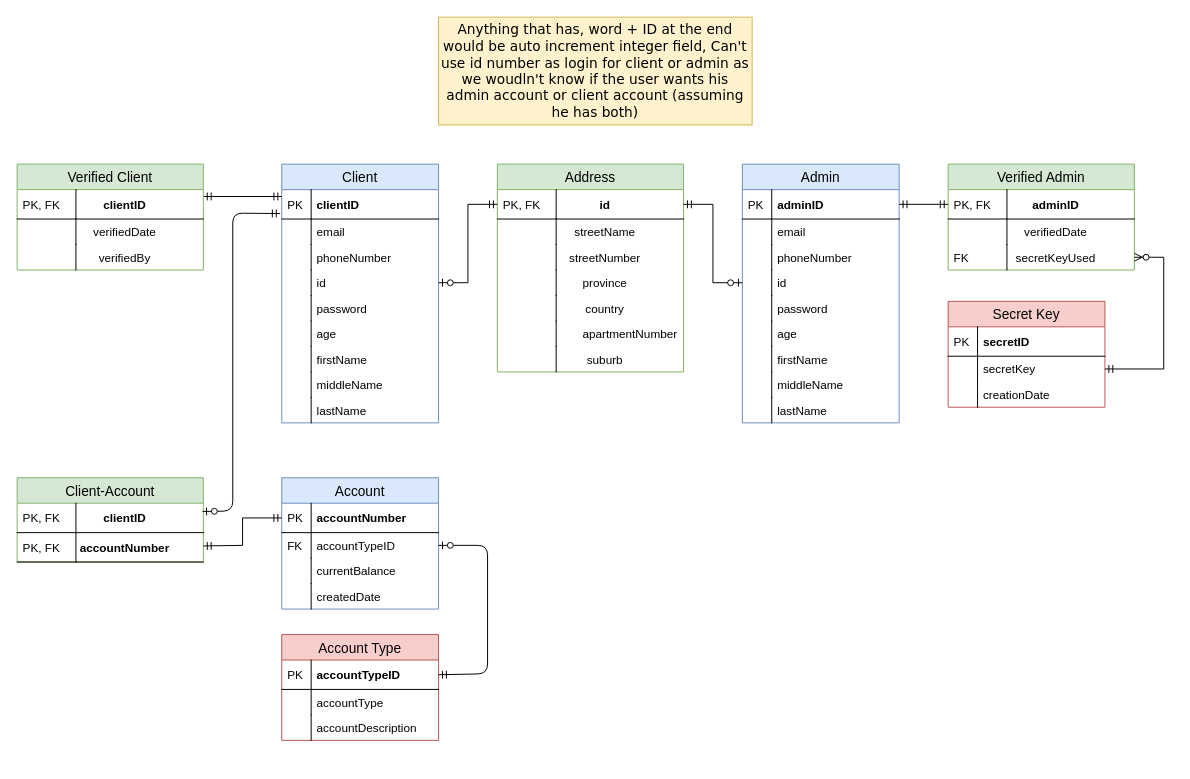
Above: Planning/ERDs/onlineDB.drawio in SDP-Wits/Banking-System (draw.io), before the change. Source tidied: cells renumbered, new cells numbered last; positions are measured from the earlier drawing's top-left corner, leaving out a move shared by most shapes. Both pictures are drawn from the tidied source at 98%, with x=0, y=0 at pixel (17, 17).
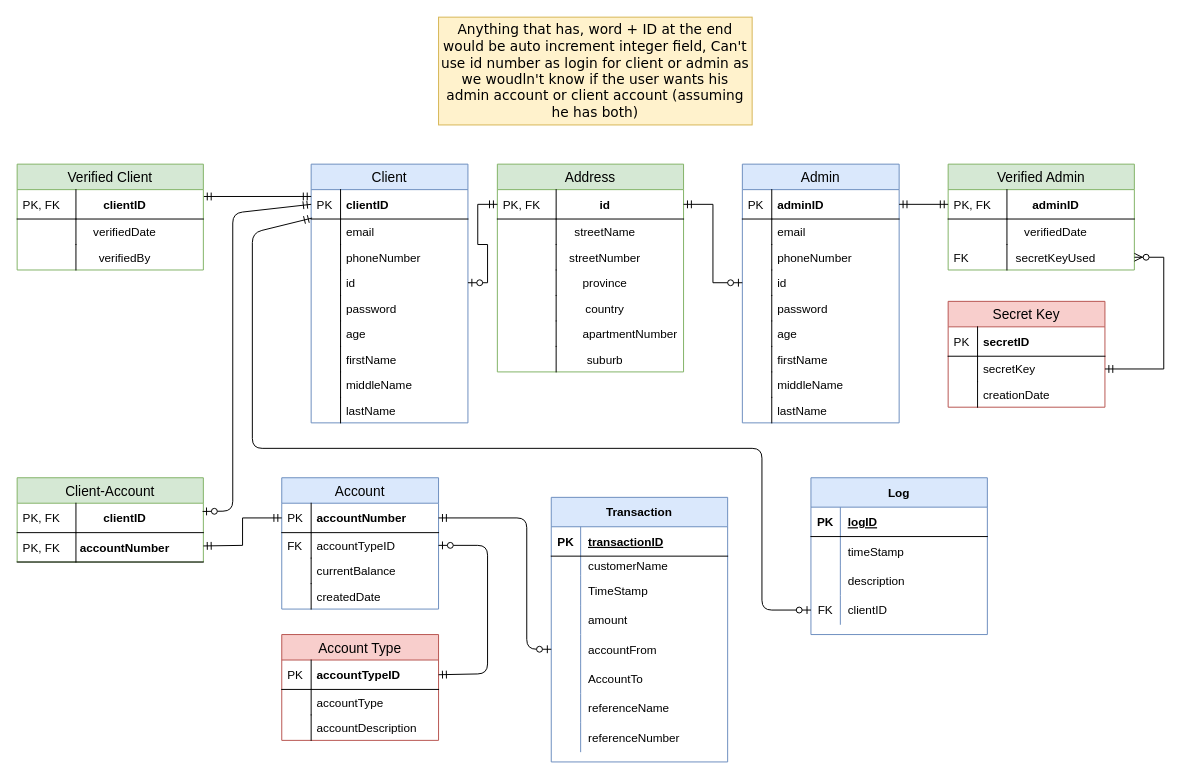
After the change.

The change refers to these unchanged cells:
```xml
<mxCell id="3" value="clientID" style="shape=partialRectangle;top=0;left=0;right=0;bottom=1;align=left;verticalAlign=middle;fillColor=none;spacingLeft=34;spacingRight=4;overflow=hidden;points=[[0,0.5],[1,0.5]];portConstraint=eastwest;fontStyle=1;fontSize=12;" parent="2" vertex="1">
  <mxGeometry y="26" width="160" height="30" as="geometry" />
</mxCell>
<mxCell id="83" value="clientID" style="shape=partialRectangle;top=0;left=0;right=0;bottom=1;align=center;verticalAlign=middle;fillColor=none;spacingLeft=34;spacingRight=4;overflow=hidden;points=[[0,0.5],[1,0.5]];portConstraint=eastwest;fontStyle=1;fontSize=12;" parent="82" vertex="1">
  <mxGeometry y="26" width="190" height="30" as="geometry" />
</mxCell>
<mxCell id="95" value="accountNumber" style="shape=partialRectangle;top=0;left=0;right=0;bottom=1;align=left;verticalAlign=middle;fillColor=none;spacingLeft=34;spacingRight=4;overflow=hidden;points=[[0,0.5],[1,0.5]];portConstraint=eastwest;fontStyle=1;fontSize=12;" parent="94" vertex="1">
  <mxGeometry y="26" width="160" height="30" as="geometry" />
</mxCell>
```

Diff of the diagram source:
```diff
@@
     <mxCell id="2" value="Client" style="swimlane;fontStyle=0;horizontal=1;startSize=26;fillColor=#dae8fc;swimlaneFillColor=#ffffff;align=center;fontSize=14;strokeColor=#6c8ebf;" parent="1" vertex="1">
-      <mxGeometry x="270" y="150" width="160" height="264" as="geometry" />
+      <mxGeometry x="300" y="150" width="160" height="264" as="geometry" />
     </mxCell>
@@
-    <mxCell id="65" style="rounded=0;orthogonalLoop=1;jettySize=auto;html=1;exitX=1;exitY=0.5;exitDx=0;exitDy=0;entryX=0;entryY=0.5;entryDx=0;entryDy=0;startArrow=ERmandOne;startFill=0;endArrow=ERmandOne;endFill=0;" parent="1" edge="1">
+    <mxCell id="65" style="rounded=0;jettySize=auto;html=1;exitX=1;exitY=0.5;exitDx=0;exitDy=0;entryX=0;entryY=0.233;entryDx=0;entryDy=0;startArrow=ERmandOne;startFill=0;endArrow=ERmandOne;endFill=0;entryPerimeter=0;" parent="1" edge="1" target="3">
       <mxGeometry relative="1" as="geometry">
         <mxPoint x="190" y="183" as="sourcePoint" />
-        <mxPoint x="270" y="183" as="targetPoint" />
       </mxGeometry>
     </mxCell>
@@
-    <mxCell id="103" style="fontSize=12;html=1;endArrow=ERzeroToOne;startArrow=ERmandOne;exitX=-0.01;exitY=0.813;exitDx=0;exitDy=0;entryX=0.996;entryY=0.28;entryDx=0;entryDy=0;exitPerimeter=0;entryPerimeter=0;" parent="1" edge="1" source="3" target="83">
+    <mxCell id="103" style="fontSize=12;html=1;endArrow=ERzeroToOne;startArrow=ERmandOne;exitX=0;exitY=0.5;exitDx=0;exitDy=0;entryX=0.996;entryY=0.28;entryDx=0;entryDy=0;entryPerimeter=0;" parent="1" edge="1" source="3" target="83">
       <mxGeometry relative="1" as="geometry">
         <Array as="points">
           <mxPoint x="220" y="200" />
           <mxPoint x="220" y="504" />
         </Array>
       </mxGeometry>
     </mxCell>
@@
+    <mxCell id="106" value="Transaction" style="shape=table;startSize=30;childLayout=tableLayout;rowLines=0;fontStyle=1;align=center;fillColor=#dae8fc;strokeColor=#6c8ebf;" parent="1" vertex="1">
+      <mxGeometry x="545" y="490" width="180" height="270" as="geometry" />
+    </mxCell>
+    <mxCell id="107" style="shape=partialRectangle;fillColor=none;top=0;left=0;bottom=1;right=0;" parent="106" vertex="1">
+      <mxGeometry y="30" width="180" height="30" as="geometry" />
+    </mxCell>
+    <mxCell id="108" value="PK" style="shape=partialRectangle;fillColor=none;top=0;left=0;bottom=0;right=0;fontStyle=1;overflow=hidden;" parent="107" vertex="1">
+      <mxGeometry width="30" height="30" as="geometry" />
+    </mxCell>
+    <mxCell id="109" value="transactionID" style="shape=partialRectangle;fillColor=none;top=0;left=0;bottom=0;right=0;align=left;spacingLeft=6;fontStyle=5;overflow=hidden;" parent="107" vertex="1">
+      <mxGeometry x="30" width="150" height="30" as="geometry" />
+    </mxCell>
+    <mxCell id="110" style="shape=partialRectangle;fillColor=none;top=0;left=0;bottom=0;right=0;" parent="106" vertex="1">
+      <mxGeometry y="60" width="180" height="20" as="geometry" />
+    </mxCell>
+    <mxCell id="111" style="shape=partialRectangle;fillColor=none;top=0;left=0;bottom=0;right=0;overflow=hidden;" parent="110" vertex="1">
+      <mxGeometry width="30" height="20" as="geometry" />
+    </mxCell>
+    <mxCell id="112" value="customerName" style="shape=partialRectangle;fillColor=none;top=0;left=0;bottom=0;right=0;align=left;spacingLeft=6;overflow=hidden;" parent="110" vertex="1">
+      <mxGeometry x="30" width="150" height="20" as="geometry" />
+    </mxCell>
+    <mxCell id="113" style="shape=partialRectangle;fillColor=none;top=0;left=0;bottom=0;right=0;" parent="106" vertex="1">
+      <mxGeometry y="80" width="180" height="30" as="geometry" />
+    </mxCell>
+    <mxCell id="114" style="shape=partialRectangle;fillColor=none;top=0;left=0;bottom=0;right=0;overflow=hidden;" parent="113" vertex="1">
+      <mxGeometry width="30" height="30" as="geometry" />
+    </mxCell>
+    <mxCell id="115" value="TimeStamp" style="shape=partialRectangle;fillColor=none;top=0;left=0;bottom=0;right=0;align=left;spacingLeft=6;overflow=hidden;" parent="113" vertex="1">
+      <mxGeometry x="30" width="150" height="30" as="geometry" />
+    </mxCell>
+    <mxCell id="116" style="shape=partialRectangle;fillColor=none;top=0;left=0;bottom=0;right=0;" parent="106" vertex="1">
+      <mxGeometry y="110" width="180" height="30" as="geometry" />
+    </mxCell>
+    <mxCell id="117" style="shape=partialRectangle;fillColor=none;top=0;left=0;bottom=0;right=0;overflow=hidden;" parent="116" vertex="1">
+      <mxGeometry width="30" height="30" as="geometry" />
+    </mxCell>
+    <mxCell id="118" value="amount" style="shape=partialRectangle;fillColor=none;top=0;left=0;bottom=0;right=0;align=left;spacingLeft=6;overflow=hidden;" parent="116" vertex="1">
+      <mxGeometry x="30" width="150" height="30" as="geometry" />
+    </mxCell>
+    <mxCell id="119" style="shape=partialRectangle;fillColor=none;top=0;left=0;bottom=0;right=0;points=[[0,0.5],[1,0.5]];portConstraint=eastwest;" parent="106" vertex="1">
+      <mxGeometry y="140" width="180" height="30" as="geometry" />
+    </mxCell>
+    <mxCell id="120" style="shape=partialRectangle;fillColor=none;top=0;left=0;bottom=0;right=0;overflow=hidden;" parent="119" vertex="1">
+      <mxGeometry width="30" height="30" as="geometry" />
+    </mxCell>
+    <mxCell id="121" value="accountFrom" style="shape=partialRectangle;fillColor=none;top=0;left=0;bottom=0;right=0;align=left;spacingLeft=6;overflow=hidden;" parent="119" vertex="1">
+      <mxGeometry x="30" width="150" height="30" as="geometry" />
+    </mxCell>
+    <mxCell id="122" style="shape=partialRectangle;fillColor=none;top=0;left=0;bottom=0;right=0;" parent="106" vertex="1">
+      <mxGeometry y="170" width="180" height="30" as="geometry" />
+    </mxCell>
+    <mxCell id="123" style="shape=partialRectangle;fillColor=none;top=0;left=0;bottom=0;right=0;overflow=hidden;" parent="122" vertex="1">
+      <mxGeometry width="30" height="30" as="geometry" />
+    </mxCell>
+    <mxCell id="124" value="AccountTo" style="shape=partialRectangle;fillColor=none;top=0;left=0;bottom=0;right=0;align=left;spacingLeft=6;overflow=hidden;" parent="122" vertex="1">
+      <mxGeometry x="30" width="150" height="30" as="geometry" />
+    </mxCell>
+    <mxCell id="125" style="shape=partialRectangle;fillColor=none;top=0;left=0;bottom=0;right=0;" parent="106" vertex="1">
+      <mxGeometry y="200" width="180" height="30" as="geometry" />
+    </mxCell>
+    <mxCell id="126" style="shape=partialRectangle;fillColor=none;top=0;left=0;bottom=0;right=0;overflow=hidden;" parent="125" vertex="1">
+      <mxGeometry width="30" height="30" as="geometry" />
+    </mxCell>
+    <mxCell id="127" value="referenceName" style="shape=partialRectangle;fillColor=none;top=0;left=0;bottom=0;right=0;align=left;spacingLeft=6;overflow=hidden;" parent="125" vertex="1">
+      <mxGeometry x="30" width="150" height="30" as="geometry" />
+    </mxCell>
+    <mxCell id="128" style="shape=partialRectangle;fillColor=none;top=0;left=0;bottom=0;right=0;" parent="106" vertex="1">
+      <mxGeometry y="230" width="180" height="30" as="geometry" />
+    </mxCell>
+    <mxCell id="129" style="shape=partialRectangle;fillColor=none;top=0;left=0;bottom=0;right=0;overflow=hidden;" parent="128" vertex="1">
+      <mxGeometry width="30" height="30" as="geometry" />
+    </mxCell>
+    <mxCell id="130" value="referenceNumber" style="shape=partialRectangle;fillColor=none;top=0;left=0;bottom=0;right=0;align=left;spacingLeft=6;overflow=hidden;" parent="128" vertex="1">
+      <mxGeometry x="30" width="150" height="30" as="geometry" />
+    </mxCell>
+    <mxCell id="131" value="Log" style="shape=table;startSize=30;childLayout=tableLayout;rowLines=0;fontStyle=1;align=center;fillColor=#dae8fc;strokeColor=#6c8ebf;" parent="1" vertex="1">
+      <mxGeometry x="810" y="470" width="180" height="160" as="geometry" />
+    </mxCell>
+    <mxCell id="132" style="shape=partialRectangle;fillColor=none;top=0;left=0;bottom=1;right=0;" parent="131" vertex="1">
+      <mxGeometry y="30" width="180" height="30" as="geometry" />
+    </mxCell>
+    <mxCell id="133" value="PK" style="shape=partialRectangle;fillColor=none;top=0;left=0;bottom=0;right=0;fontStyle=1;overflow=hidden;" parent="132" vertex="1">
+      <mxGeometry width="30" height="30" as="geometry" />
+    </mxCell>
+    <mxCell id="134" value="logID" style="shape=partialRectangle;fillColor=none;top=0;left=0;bottom=0;right=0;align=left;spacingLeft=6;fontStyle=5;overflow=hidden;" parent="132" vertex="1">
+      <mxGeometry x="30" width="150" height="30" as="geometry" />
+    </mxCell>
+    <mxCell id="135" style="shape=partialRectangle;fillColor=none;top=0;left=0;bottom=0;right=0;" parent="131" vertex="1">
+      <mxGeometry y="60" width="180" height="30" as="geometry" />
+    </mxCell>
+    <mxCell id="136" style="shape=partialRectangle;fillColor=none;top=0;left=0;bottom=0;right=0;overflow=hidden;" parent="135" vertex="1">
+      <mxGeometry width="30" height="30" as="geometry" />
+    </mxCell>
+    <mxCell id="137" value="timeStamp" style="shape=partialRectangle;fillColor=none;top=0;left=0;bottom=0;right=0;align=left;spacingLeft=6;overflow=hidden;" parent="135" vertex="1">
+      <mxGeometry x="30" width="150" height="30" as="geometry" />
+    </mxCell>
+    <mxCell id="138" style="shape=partialRectangle;fillColor=none;top=0;left=0;bottom=0;right=0;" parent="131" vertex="1">
+      <mxGeometry y="90" width="180" height="30" as="geometry" />
+    </mxCell>
+    <mxCell id="139" style="shape=partialRectangle;fillColor=none;top=0;left=0;bottom=0;right=0;overflow=hidden;" parent="138" vertex="1">
+      <mxGeometry width="30" height="30" as="geometry" />
+    </mxCell>
+    <mxCell id="140" value="description" style="shape=partialRectangle;fillColor=none;top=0;left=0;bottom=0;right=0;align=left;spacingLeft=6;overflow=hidden;" parent="138" vertex="1">
+      <mxGeometry x="30" width="150" height="30" as="geometry" />
+    </mxCell>
+    <mxCell id="141" style="shape=partialRectangle;fillColor=none;top=0;left=0;bottom=0;right=0;points=[[0,0.5],[1,0.5]];portConstraint=eastwest;" parent="131" vertex="1">
+      <mxGeometry y="120" width="180" height="30" as="geometry" />
+    </mxCell>
+    <mxCell id="142" value="FK" style="shape=partialRectangle;fillColor=none;top=0;left=0;bottom=0;right=0;overflow=hidden;" parent="141" vertex="1">
+      <mxGeometry width="30" height="30" as="geometry" />
+    </mxCell>
+    <mxCell id="143" value="clientID" style="shape=partialRectangle;fillColor=none;top=0;left=0;bottom=0;right=0;align=left;spacingLeft=6;overflow=hidden;" parent="141" vertex="1">
+      <mxGeometry x="30" width="150" height="30" as="geometry" />
+    </mxCell>
+    <mxCell id="144" style="fontSize=12;html=1;endArrow=ERzeroToOne;startArrow=ERmandOne;entryX=0;entryY=0.5;entryDx=0;entryDy=0;exitX=0.006;exitY=0.967;exitDx=0;exitDy=0;exitPerimeter=0;" parent="1" edge="1" source="3" target="141">
+      <mxGeometry relative="1" as="geometry">
+        <Array as="points">
+          <mxPoint x="240" y="220" />
+          <mxPoint x="240" y="440" />
+          <mxPoint x="760" y="440" />
+          <mxPoint x="760" y="605" />
+        </Array>
+      </mxGeometry>
+    </mxCell>
+    <mxCell id="145" style="fontSize=12;html=1;endArrow=ERmandOne;startArrow=ERzeroToOne;exitX=0;exitY=0.5;exitDx=0;exitDy=0;entryX=1;entryY=0.5;entryDx=0;entryDy=0;startFill=1;endFill=0;" parent="1" edge="1" source="119" target="95">
+      <mxGeometry relative="1" as="geometry">
+        <Array as="points">
+          <mxPoint x="520" y="645" />
+          <mxPoint x="520" y="511" />
+        </Array>
+      </mxGeometry>
+    </mxCell>
```
